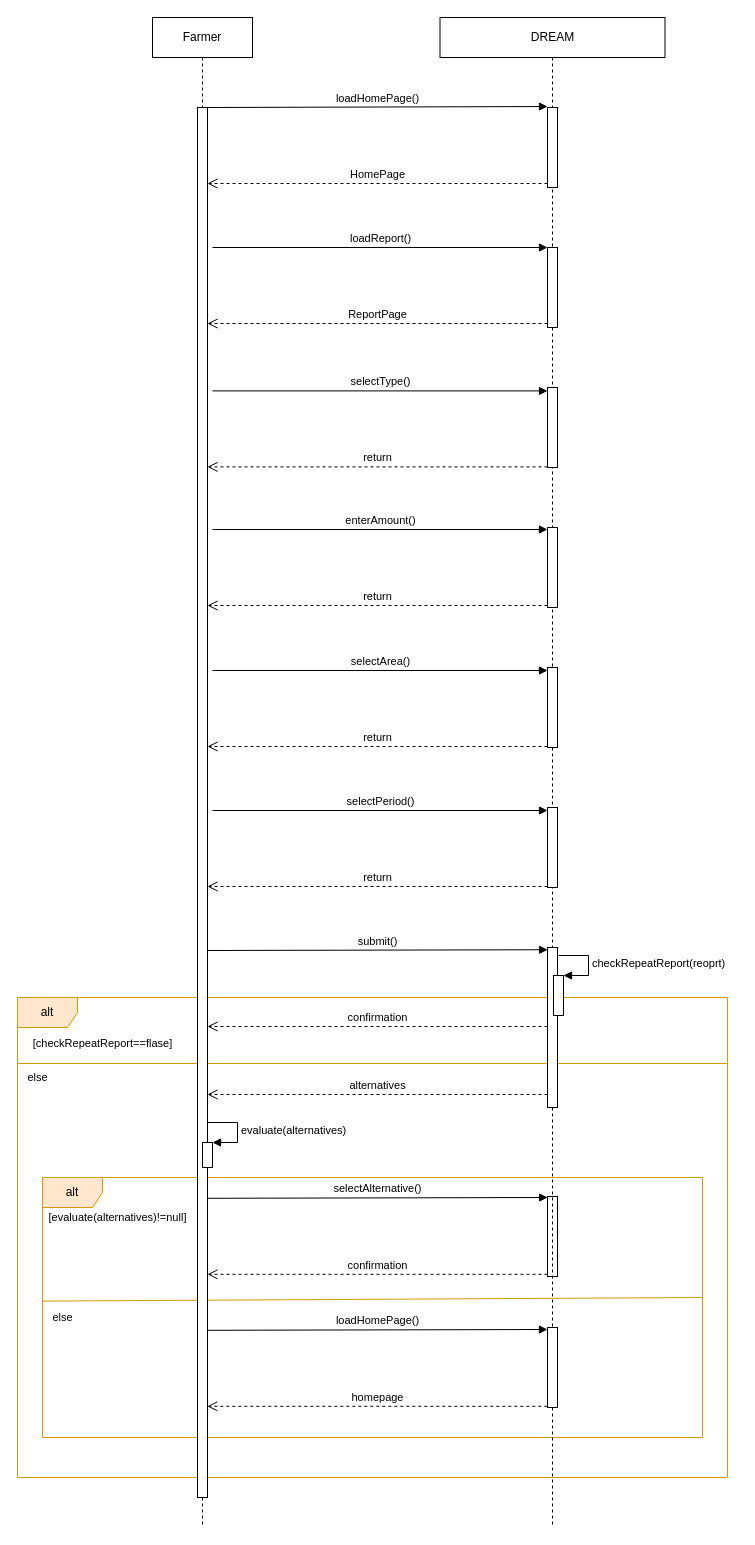
This is page "FarmerReport" (7 of 13) of RASD/diagrams/Sequence Diagram.drawio from ictar/DREAM-SE2-Project-2022, a draw.io file, before an edit. Source tidied: cells renumbered, new cells numbered last; positions are measured from the earlier drawing's top-left corner, leaving out a move shared by most shapes. Both pictures are drawn from the tidied source at 100%, with x=0, y=0 at pixel (17, 17).
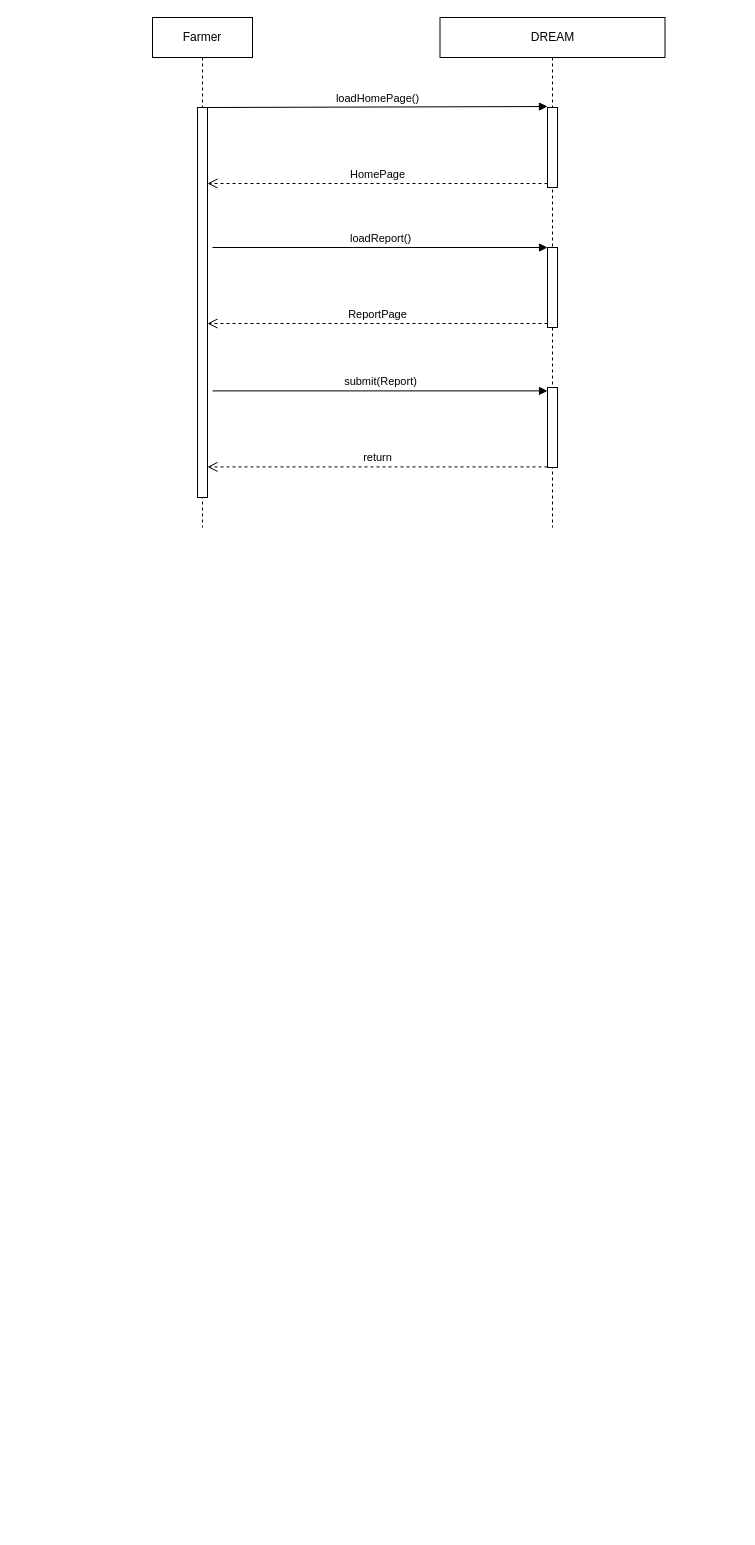
After the change.

Change to the diagram source:
```diff
@@
-    <mxCell id="2" style="group;" parent="1" vertex="1">
-      <mxGeometry y="980" width="720" height="480" as="geometry" />
-    </mxCell>
-    <mxCell id="3" style="group;" parent="2" vertex="1">
-      <mxGeometry width="720" height="480" as="geometry" />
-    </mxCell>
-    <mxCell id="4" value="alt" style="shape=umlFrame;whiteSpace=wrap;html=1;fillColor=#ffe6cc;strokeColor=#d79b00;" parent="3" vertex="1">
-      <mxGeometry width="710" height="480" as="geometry" />
-    </mxCell>
-    <mxCell id="5" value="&lt;span style=&quot;font-size: 11px ; text-align: left ; background-color: rgb(255 , 255 , 255)&quot;&gt;[checkRepeatReport==flase]&lt;/span&gt;" style="text;html=1;align=center;verticalAlign=middle;strokeColor=none;fillColor=none;" parent="3" vertex="1">
-      <mxGeometry y="36" width="170" height="20" as="geometry" />
-    </mxCell>
-    <mxCell id="6" value="&lt;div style=&quot;text-align: left&quot;&gt;&lt;span style=&quot;font-size: 11px ; background-color: rgb(255 , 255 , 255)&quot;&gt;else&lt;/span&gt;&lt;/div&gt;" style="text;html=1;align=center;verticalAlign=middle;strokeColor=none;fillColor=none;" parent="3" vertex="1">
-      <mxGeometry y="70" width="40" height="20" as="geometry" />
-    </mxCell>
-    <mxCell id="7" style="group;" parent="3" vertex="1">
-      <mxGeometry x="25" y="180" width="660" height="280" as="geometry" />
-    </mxCell>
-    <mxCell id="8" value="alt" style="shape=umlFrame;whiteSpace=wrap;html=1;fillColor=#ffe6cc;strokeColor=#d79b00;" parent="7" vertex="1">
-      <mxGeometry width="660" height="260" as="geometry" />
-    </mxCell>
-    <mxCell id="9" value="&lt;font style=&quot;font-size: 11px&quot;&gt;&lt;span style=&quot;text-align: left ; background-color: rgb(255 , 255 , 255) ; font-size: 11px&quot;&gt;[&lt;/span&gt;&lt;span style=&quot;text-align: left ; background-color: rgb(255 , 255 , 255) ; font-size: 11px&quot;&gt;evaluate(alternatives)!=null&lt;/span&gt;&lt;span style=&quot;text-align: left ; background-color: rgb(255 , 255 , 255) ; font-size: 11px&quot;&gt;]&lt;/span&gt;&lt;/font&gt;" style="text;html=1;align=center;verticalAlign=middle;strokeColor=none;fillColor=none;" parent="7" vertex="1">
-      <mxGeometry x="-10" y="30.3" width="170" height="20" as="geometry" />
-    </mxCell>
-    <mxCell id="10" value="&lt;div style=&quot;text-align: left&quot;&gt;&lt;span style=&quot;font-size: 11px ; background-color: rgb(255 , 255 , 255)&quot;&gt;else&lt;/span&gt;&lt;/div&gt;" style="text;html=1;align=center;verticalAlign=middle;strokeColor=none;fillColor=none;" parent="7" vertex="1">
-      <mxGeometry y="130" width="40" height="20" as="geometry" />
-    </mxCell>
-    <mxCell id="11" style="endArrow=none;html=1;rounded=0;exitX=0;exitY=0.4;exitDx=0;exitDy=0;exitPerimeter=0;fillColor=#ffe6cc;strokeColor=#d79b00;entryX=1.001;entryY=0.2;entryDx=0;entryDy=0;entryPerimeter=0;" parent="7" edge="1">
-      <mxGeometry relative="1" as="geometry">
-        <mxPoint y="123.6" as="sourcePoint" />
-        <mxPoint x="660.7" y="120" as="targetPoint" />
-      </mxGeometry>
-    </mxCell>
-    <mxCell id="12" value="confirmation" style="html=1;verticalAlign=bottom;endArrow=open;dashed=1;endSize=8;exitX=0;exitY=0.95;rounded=0;" parent="7" edge="1">
-      <mxGeometry relative="1" as="geometry">
-        <mxPoint x="505" y="96.8" as="sourcePoint" />
-        <mxPoint x="165" y="96.8" as="targetPoint" />
-      </mxGeometry>
-    </mxCell>
-    <mxCell id="13" value="selectAlternative()" style="html=1;verticalAlign=bottom;endArrow=block;entryX=0.016;entryY=0.014;rounded=0;entryDx=0;entryDy=0;entryPerimeter=0;" parent="7" edge="1">
-      <mxGeometry relative="1" as="geometry">
-        <mxPoint x="165" y="20.8" as="sourcePoint" />
-        <mxPoint x="505.2" y="20" as="targetPoint" />
-      </mxGeometry>
-    </mxCell>
-    <mxCell id="14" style="html=1;perimeter=orthogonalPerimeter;" parent="7" vertex="1">
-      <mxGeometry x="505" y="19" width="10" height="80" as="geometry" />
-    </mxCell>
-    <mxCell id="15" value="homepage" style="html=1;verticalAlign=bottom;endArrow=open;dashed=1;endSize=8;exitX=0;exitY=0.95;rounded=0;" parent="7" edge="1">
-      <mxGeometry relative="1" as="geometry">
-        <mxPoint x="504.8" y="228.8" as="sourcePoint" />
-        <mxPoint x="164.8" y="228.8" as="targetPoint" />
-      </mxGeometry>
-    </mxCell>
-    <mxCell id="16" value="loadHomePage()" style="html=1;verticalAlign=bottom;endArrow=block;entryX=0.016;entryY=0.014;rounded=0;entryDx=0;entryDy=0;entryPerimeter=0;" parent="7" edge="1">
-      <mxGeometry relative="1" as="geometry">
-        <mxPoint x="164.8" y="152.8" as="sourcePoint" />
-        <mxPoint x="505" y="152" as="targetPoint" />
-      </mxGeometry>
-    </mxCell>
-    <mxCell id="17" style="endArrow=none;html=1;rounded=0;exitX=0;exitY=0.4;exitDx=0;exitDy=0;exitPerimeter=0;fillColor=#ffe6cc;strokeColor=#d79b00;" parent="2" edge="1">
-      <mxGeometry relative="1" as="geometry">
-        <mxPoint y="66" as="sourcePoint" />
-        <mxPoint x="710" y="66" as="targetPoint" />
-      </mxGeometry>
-    </mxCell>
     <mxCell id="18" value="Farmer" style="shape=umlLifeline;perimeter=lifelinePerimeter;whiteSpace=wrap;html=1;" parent="1" vertex="1">
-      <mxGeometry x="135" width="100" height="1510" as="geometry" />
+      <mxGeometry x="135" width="100" height="510" as="geometry" />
     </mxCell>
     <mxCell id="19" value="DREAM" style="shape=umlLifeline;perimeter=lifelinePerimeter;whiteSpace=wrap;html=1;" parent="1" vertex="1">
-      <mxGeometry x="422.5" width="225" height="1510" as="geometry" />
+      <mxGeometry x="422.5" width="225" height="510" as="geometry" />
     </mxCell>
@@
-    <mxCell id="26" value="selectType()" style="html=1;verticalAlign=bottom;endArrow=block;entryX=0;entryY=0;rounded=0;" parent="1" edge="1">
+    <mxCell id="26" value="submit(Report)" style="html=1;verticalAlign=bottom;endArrow=block;entryX=0;entryY=0;rounded=0;" parent="1" edge="1">
       <mxGeometry relative="1" as="geometry">
         <mxPoint x="195" y="373.4" as="sourcePoint" />
         <mxPoint x="530" y="373.4" as="targetPoint" />
       </mxGeometry>
     </mxCell>
-    <mxCell id="27" value="return" style="html=1;verticalAlign=bottom;endArrow=open;dashed=1;endSize=8;exitX=0;exitY=0.95;rounded=0;" parent="1" edge="1">
-      <mxGeometry relative="1" as="geometry">
-        <mxPoint x="530" y="588" as="sourcePoint" />
-        <mxPoint x="190" y="588" as="targetPoint" />
-      </mxGeometry>
-    </mxCell>
-    <mxCell id="28" value="enterAmount()" style="html=1;verticalAlign=bottom;endArrow=block;entryX=0;entryY=0;rounded=0;" parent="1" edge="1">
-      <mxGeometry relative="1" as="geometry">
-        <mxPoint x="195" y="512" as="sourcePoint" />
-        <mxPoint x="530" y="512" as="targetPoint" />
-      </mxGeometry>
-    </mxCell>
-    <mxCell id="29" value="return" style="html=1;verticalAlign=bottom;endArrow=open;dashed=1;endSize=8;exitX=0;exitY=0.95;rounded=0;" parent="1" edge="1">
-      <mxGeometry relative="1" as="geometry">
-        <mxPoint x="530" y="729" as="sourcePoint" />
-        <mxPoint x="190" y="729" as="targetPoint" />
-      </mxGeometry>
-    </mxCell>
-    <mxCell id="30" value="selectArea()" style="html=1;verticalAlign=bottom;endArrow=block;entryX=0;entryY=0;rounded=0;" parent="1" edge="1">
-      <mxGeometry relative="1" as="geometry">
-        <mxPoint x="195" y="653" as="sourcePoint" />
-        <mxPoint x="530" y="653" as="targetPoint" />
-      </mxGeometry>
-    </mxCell>
-    <mxCell id="31" value="return" style="html=1;verticalAlign=bottom;endArrow=open;dashed=1;endSize=8;exitX=0;exitY=0.95;rounded=0;" parent="1" edge="1">
-      <mxGeometry relative="1" as="geometry">
-        <mxPoint x="530" y="869" as="sourcePoint" />
-        <mxPoint x="190" y="869" as="targetPoint" />
-      </mxGeometry>
-    </mxCell>
-    <mxCell id="32" value="selectPeriod()" style="html=1;verticalAlign=bottom;endArrow=block;entryX=0;entryY=0;rounded=0;" parent="1" edge="1">
-      <mxGeometry relative="1" as="geometry">
-        <mxPoint x="195" y="793" as="sourcePoint" />
-        <mxPoint x="530" y="793" as="targetPoint" />
-      </mxGeometry>
-    </mxCell>
-    <mxCell id="33" value="confirmation" style="html=1;verticalAlign=bottom;endArrow=open;dashed=1;endSize=8;exitX=0;exitY=0.95;rounded=0;" parent="1" edge="1">
-      <mxGeometry relative="1" as="geometry">
-        <mxPoint x="530" y="1009" as="sourcePoint" />
-        <mxPoint x="190" y="1009" as="targetPoint" />
-      </mxGeometry>
-    </mxCell>
-    <mxCell id="34" value="submit()" style="html=1;verticalAlign=bottom;endArrow=block;entryX=0.016;entryY=0.014;rounded=0;entryDx=0;entryDy=0;entryPerimeter=0;" parent="1" edge="1" target="40">
-      <mxGeometry relative="1" as="geometry">
-        <mxPoint x="190" y="933" as="sourcePoint" />
-      </mxGeometry>
-    </mxCell>
@@
-    <mxCell id="37" style="html=1;perimeter=orthogonalPerimeter;" parent="1" vertex="1">
-      <mxGeometry x="530" y="510" width="10" height="80" as="geometry" />
-    </mxCell>
-    <mxCell id="38" style="html=1;perimeter=orthogonalPerimeter;" parent="1" vertex="1">
-      <mxGeometry x="530" y="650" width="10" height="80" as="geometry" />
-    </mxCell>
-    <mxCell id="39" style="html=1;perimeter=orthogonalPerimeter;" parent="1" vertex="1">
-      <mxGeometry x="530" y="790" width="10" height="80" as="geometry" />
-    </mxCell>
-    <mxCell id="40" style="html=1;points=[];perimeter=orthogonalPerimeter;" parent="1" vertex="1">
-      <mxGeometry x="530" y="930" width="10" height="160" as="geometry" />
-    </mxCell>
-    <mxCell id="41" style="html=1;points=[];perimeter=orthogonalPerimeter;" parent="1" vertex="1">
-      <mxGeometry x="536" y="958" width="10" height="40" as="geometry" />
-    </mxCell>
-    <mxCell id="42" value="checkRepeatReport(reoprt)" style="edgeStyle=orthogonalEdgeStyle;html=1;align=left;spacingLeft=2;endArrow=block;rounded=0;entryX=1;entryY=0;" parent="1" edge="1" target="41">
-      <mxGeometry relative="1" as="geometry">
-        <mxPoint x="541" y="938" as="sourcePoint" />
-        <Array as="points">
-          <mxPoint x="571" y="938" />
-        </Array>
-      </mxGeometry>
-    </mxCell>
-    <mxCell id="43" value="evaluate(alternatives)" style="edgeStyle=orthogonalEdgeStyle;html=1;align=left;spacingLeft=2;endArrow=block;rounded=0;entryX=1;entryY=0;" parent="1" edge="1" target="46">
-      <mxGeometry relative="1" as="geometry">
-        <mxPoint x="190" y="1105" as="sourcePoint" />
-        <Array as="points">
-          <mxPoint x="220" y="1105" />
-        </Array>
-      </mxGeometry>
-    </mxCell>
-    <mxCell id="44" value="alternatives" style="html=1;verticalAlign=bottom;endArrow=open;dashed=1;endSize=8;exitX=0;exitY=0.95;rounded=0;" parent="1" edge="1">
-      <mxGeometry relative="1" as="geometry">
-        <mxPoint x="530" y="1077" as="sourcePoint" />
-        <mxPoint x="190" y="1077" as="targetPoint" />
-      </mxGeometry>
-    </mxCell>
     <mxCell id="45" style="html=1;perimeter=orthogonalPerimeter;" parent="1" vertex="1">
-      <mxGeometry x="180" y="90" width="10" height="1390" as="geometry" />
+      <mxGeometry x="180" y="90" width="10" height="390" as="geometry" />
     </mxCell>
-    <mxCell id="46" style="html=1;points=[];perimeter=orthogonalPerimeter;" parent="1" vertex="1">
-      <mxGeometry x="185" y="1125" width="10" height="25" as="geometry" />
-    </mxCell>
-    <mxCell id="47" style="html=1;perimeter=orthogonalPerimeter;" parent="1" vertex="1">
-      <mxGeometry x="530" y="1310" width="10" height="80" as="geometry" />
-    </mxCell>
```
